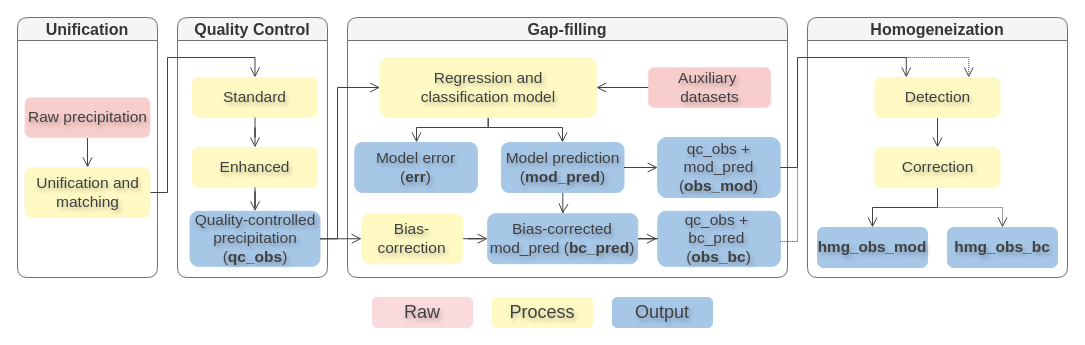
adrHuerta/diagrams keeps this draw.io diagram as obs-prec-sa.drawio. Above is the earlier version. Source tidied: cells renumbered, new cells numbered last; positions are measured from the earlier drawing's top-left corner, leaving out a move shared by most shapes. Both pictures are drawn from the tidied source at 100%, with x=0, y=0 at pixel (17, 17).
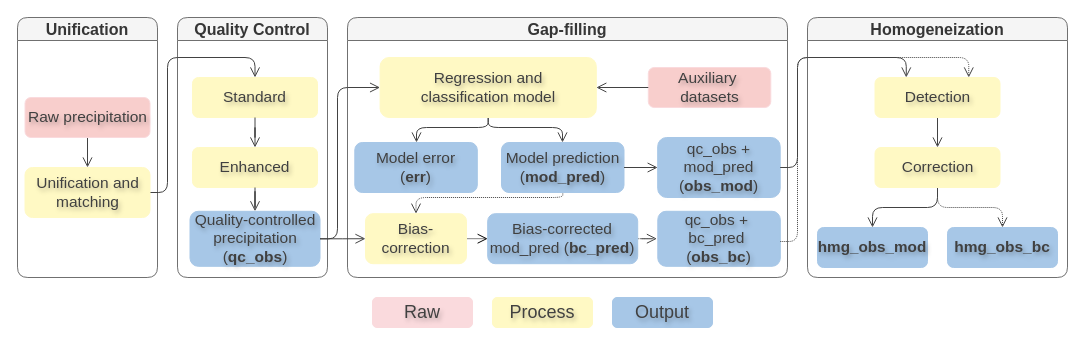
The same page after the edit.

Unchanged cells that the change refers to:
```xml
<mxCell id="2" value="&lt;font style=&quot;font-size: 16px;&quot;&gt;Gap-filling&lt;/font&gt;" style="swimlane;whiteSpace=wrap;html=1;labelBackgroundColor=none;rounded=1;fillColor=#f5f5f5;strokeColor=#707070;fontColor=#363636;fontSize=16;" parent="1" vertex="1">
  <mxGeometry x="330" width="440" height="260" as="geometry" />
</mxCell>
<mxCell id="3" value="&lt;span style=&quot;font-size: 15.5px;&quot;&gt;qc_obs +&amp;nbsp;&lt;br style=&quot;font-size: 15.5px;&quot;&gt;&lt;/span&gt;&lt;span style=&quot;font-size: 15.5px;&quot;&gt;bc_pred&amp;nbsp;&lt;/span&gt;&lt;div style=&quot;font-size: 15.5px;&quot;&gt;&lt;span style=&quot;font-size: 15.5px;&quot;&gt;&lt;span style=&quot;font-size: 15.5px;&quot;&gt;(&lt;b&gt;obs_bc&lt;/b&gt;)&lt;/span&gt;&lt;/span&gt;&lt;/div&gt;" style="rounded=1;whiteSpace=wrap;html=1;labelBackgroundColor=none;fillColor=#A7C7E7;strokeColor=#A7C7E7;fontSize=15.5;fontColor=#404040;textShadow=1;labelBorderColor=none;" parent="2" vertex="1">
  <mxGeometry x="310.3" y="193.8" width="122.5" height="55" as="geometry" />
</mxCell>
<mxCell id="5" value="&lt;span style=&quot;font-size: 15.5px;&quot;&gt;Model prediction&lt;/span&gt;&lt;div style=&quot;font-size: 15.5px;&quot;&gt;&lt;span style=&quot;font-size: 15.5px;&quot;&gt;&lt;span style=&quot;font-size: 15.5px;&quot;&gt;(&lt;b&gt;mod_pred&lt;/b&gt;)&lt;/span&gt;&lt;/span&gt;&lt;/div&gt;" style="rounded=1;whiteSpace=wrap;html=1;labelBackgroundColor=none;fillColor=#A7C7E7;strokeColor=#A7C7E7;fontSize=15.5;fontColor=#404040;textShadow=1;labelBorderColor=none;" parent="2" vertex="1">
  <mxGeometry x="154" y="125" width="122.5" height="50" as="geometry" />
</mxCell>
<mxCell id="6" value="&lt;span style=&quot;font-size: 15.5px;&quot;&gt;Model error&lt;/span&gt;&lt;div style=&quot;font-size: 15.5px;&quot;&gt;&lt;span style=&quot;font-size: 15.5px;&quot;&gt;(&lt;b style=&quot;font-size: 15.5px;&quot;&gt;err&lt;/b&gt;)&lt;/span&gt;&lt;/div&gt;" style="rounded=1;whiteSpace=wrap;html=1;labelBackgroundColor=none;fillColor=#A7C7E7;strokeColor=#A7C7E7;fontSize=15.5;fontColor=#404040;textShadow=1;labelBorderColor=none;" parent="2" vertex="1">
  <mxGeometry x="7.3" y="125" width="122.5" height="50" as="geometry" />
</mxCell>
<mxCell id="9" value="&lt;font style=&quot;font-size: 15.5px;&quot;&gt;Regression and &lt;br style=&quot;font-size: 15.5px;&quot;&gt;classification model&lt;/font&gt;" style="rounded=1;whiteSpace=wrap;html=1;labelBackgroundColor=none;fillColor=#FFF9C4;strokeColor=#FFF9C4;fontSize=15.5;fontColor=#404040;textShadow=1;labelBorderColor=none;" parent="2" vertex="1">
  <mxGeometry x="32.6" y="40" width="216.2" height="60" as="geometry" />
</mxCell>
<mxCell id="11" value="&lt;span style=&quot;font-size: 15.5px;&quot;&gt;qc_obs + mod_pred&lt;/span&gt;&lt;div style=&quot;font-size: 15.5px;&quot;&gt;&lt;span style=&quot;font-size: 15.5px;&quot;&gt;(&lt;b style=&quot;font-size: 15.5px;&quot;&gt;obs_mod&lt;/b&gt;)&lt;/span&gt;&lt;/div&gt;" style="rounded=1;whiteSpace=wrap;html=1;labelBackgroundColor=none;fillColor=#A7C7E7;strokeColor=#A7C7E7;fontSize=15.5;fontColor=#404040;textShadow=1;labelBorderColor=none;" parent="2" vertex="1">
  <mxGeometry x="310.2" y="120" width="122.5" height="60" as="geometry" />
</mxCell>
<mxCell id="17" value="&lt;font style=&quot;font-size: 15.5px;&quot;&gt;Bias-corrected mod_pred&lt;/font&gt;&lt;font style=&quot;font-size: 15.5px;&quot;&gt; (&lt;b style=&quot;font-size: 15.5px;&quot;&gt;bc_pred&lt;/b&gt;)&lt;/font&gt;" style="rounded=1;whiteSpace=wrap;html=1;labelBackgroundColor=none;fillColor=#A7C7E7;strokeColor=#A7C7E7;fontSize=15.5;fontColor=#404040;textShadow=1;labelBorderColor=none;" parent="2" vertex="1">
  <mxGeometry x="140.2" y="196.2" width="150" height="50" as="geometry" />
</mxCell>
<mxCell id="18" value="&lt;font style=&quot;font-size: 16px;&quot;&gt;Homogeneization&lt;/font&gt;" style="swimlane;whiteSpace=wrap;html=1;labelBackgroundColor=none;rounded=1;fillColor=#f5f5f5;strokeColor=#707070;fontColor=#363636;fontSize=16;" parent="1" vertex="1">
  <mxGeometry x="790" width="260" height="260" as="geometry" />
</mxCell>
<mxCell id="19" value="&lt;b style=&quot;&quot;&gt;&lt;font style=&quot;font-size: 15.25px;&quot;&gt;hmg_obs_mod&lt;/font&gt;&lt;/b&gt;" style="rounded=1;whiteSpace=wrap;html=1;labelBackgroundColor=none;fillColor=#A7C7E7;strokeColor=#A7C7E7;fontSize=15.5;fontColor=#404040;textShadow=1;labelBorderColor=none;" parent="18" vertex="1">
  <mxGeometry x="10" y="210" width="110" height="40" as="geometry" />
</mxCell>
<mxCell id="20" value="&lt;span style=&quot;font-size: 15.5px;&quot;&gt;&lt;b style=&quot;font-size: 15.5px;&quot;&gt;hmg_obs_bc&lt;/b&gt;&lt;/span&gt;" style="rounded=1;whiteSpace=wrap;html=1;labelBackgroundColor=none;fillColor=#A7C7E7;strokeColor=#A7C7E7;fontSize=15.5;fontColor=#404040;textShadow=1;labelBorderColor=none;" parent="18" vertex="1">
  <mxGeometry x="140" y="210" width="110" height="40" as="geometry" />
</mxCell>
<mxCell id="23" value="&lt;font style=&quot;font-size: 15.5px;&quot;&gt;Correction&lt;/font&gt;" style="rounded=1;whiteSpace=wrap;html=1;labelBackgroundColor=none;fillColor=#FFF9C4;strokeColor=#FFF9C4;fontSize=15.5;fontColor=#404040;textShadow=1;labelBorderColor=none;" parent="18" vertex="1">
  <mxGeometry x="67.5" y="130" width="125" height="40" as="geometry" />
</mxCell>
<mxCell id="25" value="&lt;font style=&quot;font-size: 15.5px;&quot;&gt;Detection&lt;/font&gt;" style="rounded=1;whiteSpace=wrap;html=1;labelBackgroundColor=none;fillColor=#FFF9C4;strokeColor=#FFF9C4;fontSize=15.5;fontColor=#404040;textShadow=1;labelBorderColor=none;" parent="18" vertex="1">
  <mxGeometry x="67.5" y="60" width="125" height="40" as="geometry" />
</mxCell>
<mxCell id="28" value="&lt;span style=&quot;font-size: 15.5px;&quot;&gt;Quality-controlled precipitation (&lt;b style=&quot;font-size: 15.5px;&quot;&gt;qc_obs&lt;/b&gt;)&lt;/span&gt;" style="rounded=1;whiteSpace=wrap;html=1;labelBackgroundColor=none;fillColor=#A7C7E7;strokeColor=#A7C7E7;fontSize=15.5;fontColor=#404040;textShadow=1;labelBorderColor=none;" parent="27" vertex="1">
  <mxGeometry x="12.5" y="193.8" width="130" height="55" as="geometry" />
</mxCell>
<mxCell id="29" value="&lt;font style=&quot;font-size: 15.5px;&quot;&gt;Standard&lt;/font&gt;" style="rounded=1;whiteSpace=wrap;html=1;labelBackgroundColor=none;fillColor=#FFF9C4;strokeColor=#FFF9C4;fontSize=15.5;fontColor=#404040;textShadow=1;labelBorderColor=none;" parent="27" vertex="1">
  <mxGeometry x="15" y="60" width="125" height="40" as="geometry" />
</mxCell>
<mxCell id="36" value="&lt;font style=&quot;font-size: 15.5px;&quot;&gt;Unification and matching&lt;/font&gt;" style="rounded=1;whiteSpace=wrap;html=1;labelBackgroundColor=none;fillColor=#FFF9C4;strokeColor=#FFF9C4;fontSize=15.5;fontColor=#404040;textShadow=1;labelBorderColor=none;" parent="1" vertex="1">
  <mxGeometry x="7.5" y="150" width="125" height="50" as="geometry" />
</mxCell>
```

Diff of the diagram source:
```diff
@@
-    <mxCell id="4" style="edgeStyle=orthogonalEdgeStyle;rounded=0;jettySize=auto;html=1;entryX=0.5;entryY=0;entryDx=0;entryDy=0;endArrow=open;endFill=0;endSize=8;strokeColor=#424242;fontSize=15.5;" parent="2" edge="1" source="5" target="17">
-      <mxGeometry relative="1" as="geometry" />
-    </mxCell>
+    <mxCell id="44" style="edgeStyle=orthogonalEdgeStyle;rounded=1;jettySize=auto;html=1;entryX=0.5;entryY=0;entryDx=0;entryDy=0;endArrow=open;endFill=0;endSize=8;strokeColor=#424242;dashed=1;dashPattern=1 1;curved=0;" parent="2" edge="1" source="5" target="15">
+      <mxGeometry relative="1" as="geometry">
+        <Array as="points">
+          <mxPoint x="215" y="180" />
+          <mxPoint x="69" y="180" />
+        </Array>
+      </mxGeometry>
+    </mxCell>
@@
-    <mxCell id="7" style="edgeStyle=orthogonalEdgeStyle;rounded=0;jettySize=auto;html=1;endArrow=open;endFill=0;endSize=8;strokeColor=#424242;fontSize=15.5;" parent="2" edge="1" source="9" target="6">
+    <mxCell id="7" style="edgeStyle=orthogonalEdgeStyle;rounded=1;jettySize=auto;html=1;endArrow=open;endFill=0;endSize=8;strokeColor=#424242;fontSize=15.5;curved=0;" parent="2" edge="1" source="9" target="6">
       <mxGeometry relative="1" as="geometry">
         <Array as="points">
           <mxPoint x="141" y="110" />
           <mxPoint x="69" y="110" />
         </Array>
       </mxGeometry>
     </mxCell>
-    <mxCell id="8" style="edgeStyle=orthogonalEdgeStyle;rounded=0;jettySize=auto;html=1;endArrow=open;endFill=0;endSize=8;strokeColor=#424242;fontSize=15.5;" parent="2" edge="1" source="9" target="5">
+    <mxCell id="8" style="edgeStyle=orthogonalEdgeStyle;rounded=1;jettySize=auto;html=1;endArrow=open;endFill=0;endSize=8;strokeColor=#424242;fontSize=15.5;curved=0;" parent="2" edge="1" source="9" target="5">
       <mxGeometry relative="1" as="geometry">
         <Array as="points">
           <mxPoint x="141" y="110" />
           <mxPoint x="215" y="110" />
         </Array>
       </mxGeometry>
     </mxCell>
@@
-    <mxCell id="14" style="edgeStyle=orthogonalEdgeStyle;rounded=0;jettySize=auto;html=1;entryX=0;entryY=0.5;entryDx=0;entryDy=0;endArrow=open;endFill=0;endSize=8;strokeColor=#424242;fontSize=15.5;" parent="2" edge="1" source="15" target="17">
-      <mxGeometry relative="1" as="geometry" />
+    <mxCell id="14" style="edgeStyle=orthogonalEdgeStyle;rounded=0;jettySize=auto;html=1;entryX=0;entryY=0.5;entryDx=0;entryDy=0;endArrow=open;endFill=0;dashed=1;dashPattern=1 1;endSize=8;" parent="2" edge="1" source="15" target="17">
+      <mxGeometry relative="1" as="geometry">
+        <Array as="points">
+          <mxPoint x="125" y="221" />
+          <mxPoint x="125" y="221" />
+        </Array>
+      </mxGeometry>
     </mxCell>
     <mxCell id="15" value="&lt;font style=&quot;font-size: 15.5px;&quot;&gt;Bias-&lt;/font&gt;&lt;span style=&quot;font-size: 15.5px; background-color: initial;&quot;&gt;correction&lt;/span&gt;" style="rounded=1;whiteSpace=wrap;html=1;labelBackgroundColor=none;fillColor=#FFF9C4;strokeColor=#FFF9C4;fontSize=15.5;fontColor=#404040;textShadow=1;labelBorderColor=none;" parent="2" vertex="1">
-      <mxGeometry x="14.2" y="196.2" width="101" height="50" as="geometry" />
+      <mxGeometry x="18" y="196.2" width="101" height="50" as="geometry" />
     </mxCell>
-    <mxCell id="16" style="edgeStyle=orthogonalEdgeStyle;rounded=0;jettySize=auto;html=1;entryX=-0.007;entryY=0.498;entryDx=0;entryDy=0;endArrow=open;endFill=0;endSize=8;entryPerimeter=0;strokeColor=#424242;fontSize=15.5;" parent="2" edge="1" source="17" target="3">
+    <mxCell id="16" style="edgeStyle=orthogonalEdgeStyle;rounded=1;jettySize=auto;html=1;entryX=-0.007;entryY=0.498;entryDx=0;entryDy=0;endArrow=open;endFill=0;endSize=8;entryPerimeter=0;strokeColor=#424242;fontSize=15.5;dashed=1;dashPattern=1 1;curved=0;" parent="2" edge="1" source="17" target="3">
       <mxGeometry relative="1" as="geometry" />
     </mxCell>
@@
-    <mxCell id="21" style="edgeStyle=orthogonalEdgeStyle;rounded=0;jettySize=auto;html=1;fontSize=15.5;fontColor=#545454;strokeColor=#424242;textShadow=1;labelBorderColor=none;labelBackgroundColor=none;endSize=8;endArrow=open;endFill=0;" parent="18" edge="1" source="23" target="19">
+    <mxCell id="21" style="edgeStyle=orthogonalEdgeStyle;rounded=1;jettySize=auto;html=1;fontSize=15.5;fontColor=#545454;strokeColor=#424242;textShadow=1;labelBorderColor=none;labelBackgroundColor=none;endSize=8;endArrow=open;endFill=0;curved=0;" parent="18" edge="1" source="23" target="19">
       <mxGeometry relative="1" as="geometry" />
     </mxCell>
-    <mxCell id="22" style="edgeStyle=orthogonalEdgeStyle;rounded=0;jettySize=auto;html=1;dashed=1;dashPattern=1 1;fontSize=15.5;fontColor=#545454;strokeColor=#424242;textShadow=1;labelBorderColor=none;labelBackgroundColor=none;endSize=8;endArrow=open;endFill=0;" parent="18" edge="1" source="23" target="20">
+    <mxCell id="22" style="edgeStyle=orthogonalEdgeStyle;rounded=1;jettySize=auto;html=1;dashed=1;dashPattern=1 1;fontSize=15.5;fontColor=#545454;strokeColor=#424242;textShadow=1;labelBorderColor=none;labelBackgroundColor=none;endSize=8;endArrow=open;endFill=0;curved=0;" parent="18" edge="1" source="23" target="20">
       <mxGeometry relative="1" as="geometry" />
     </mxCell>
@@
-    <mxCell id="35" style="edgeStyle=orthogonalEdgeStyle;rounded=0;jettySize=auto;html=1;entryX=0.5;entryY=0;entryDx=0;entryDy=0;fontSize=15.5;fontColor=#545454;strokeColor=#424242;textShadow=1;labelBorderColor=none;labelBackgroundColor=none;endArrow=open;endFill=0;endSize=8;" parent="1" edge="1" source="36" target="29">
+    <mxCell id="35" style="edgeStyle=orthogonalEdgeStyle;rounded=1;jettySize=auto;html=1;entryX=0.5;entryY=0;entryDx=0;entryDy=0;fontSize=15.5;fontColor=#545454;strokeColor=#424242;textShadow=1;labelBorderColor=none;labelBackgroundColor=none;endArrow=open;endFill=0;endSize=8;curved=0;" parent="1" edge="1" source="36" target="29">
       <mxGeometry relative="1" as="geometry">
         <Array as="points">
           <mxPoint x="150" y="175" />
           <mxPoint x="150" y="40" />
           <mxPoint x="238" y="40" />
         </Array>
       </mxGeometry>
     </mxCell>
@@
-    <mxCell id="37" style="edgeStyle=orthogonalEdgeStyle;rounded=0;jettySize=auto;html=1;entryX=0;entryY=0.5;entryDx=0;entryDy=0;fontSize=15.5;fontColor=#545454;strokeColor=#424242;textShadow=1;labelBorderColor=none;labelBackgroundColor=none;endArrow=open;endFill=0;endSize=8;" parent="1" edge="1" source="28" target="9">
+    <mxCell id="37" style="edgeStyle=orthogonalEdgeStyle;rounded=1;jettySize=auto;html=1;entryX=0;entryY=0.5;entryDx=0;entryDy=0;fontSize=15.5;fontColor=#545454;strokeColor=#424242;textShadow=1;labelBorderColor=none;labelBackgroundColor=none;endArrow=open;endFill=0;endSize=8;curved=0;" parent="1" edge="1" source="28" target="9">
       <mxGeometry relative="1" as="geometry">
         <Array as="points">
           <mxPoint x="320" y="221" />
           <mxPoint x="320" y="70" />
         </Array>
       </mxGeometry>
     </mxCell>
-    <mxCell id="38" style="edgeStyle=orthogonalEdgeStyle;rounded=0;jettySize=auto;html=1;entryX=0.75;entryY=0;entryDx=0;entryDy=0;dashed=1;dashPattern=1 1;fontSize=15.5;fontColor=#545454;strokeColor=#424242;textShadow=1;labelBorderColor=none;labelBackgroundColor=none;endSize=8;endArrow=open;endFill=0;" parent="1" edge="1" source="3" target="25">
+    <mxCell id="38" style="edgeStyle=orthogonalEdgeStyle;rounded=1;jettySize=auto;html=1;entryX=0.75;entryY=0;entryDx=0;entryDy=0;dashed=1;dashPattern=1 1;fontSize=15.5;fontColor=#545454;strokeColor=#424242;textShadow=1;labelBorderColor=none;labelBackgroundColor=none;endSize=8;endArrow=open;endFill=0;curved=0;" parent="1" edge="1" source="3" target="25">
       <mxGeometry relative="1" as="geometry">
         <Array as="points">
           <mxPoint x="780" y="224" />
           <mxPoint x="780" y="40" />
           <mxPoint x="951" y="40" />
         </Array>
       </mxGeometry>
     </mxCell>
-    <mxCell id="39" style="edgeStyle=orthogonalEdgeStyle;rounded=0;jettySize=auto;html=1;entryX=0.25;entryY=0;entryDx=0;entryDy=0;fontSize=15.5;fontColor=#545454;strokeColor=#424242;textShadow=1;labelBorderColor=none;labelBackgroundColor=none;endSize=8;endArrow=open;endFill=0;" parent="1" edge="1" source="11" target="25">
+    <mxCell id="39" style="edgeStyle=orthogonalEdgeStyle;rounded=1;jettySize=auto;html=1;entryX=0.25;entryY=0;entryDx=0;entryDy=0;fontSize=15.5;fontColor=#545454;strokeColor=#424242;textShadow=1;labelBorderColor=none;labelBackgroundColor=none;endSize=8;endArrow=open;endFill=0;curved=0;" parent="1" edge="1" source="11" target="25">
       <mxGeometry relative="1" as="geometry">
         <Array as="points">
           <mxPoint x="780" y="150" />
           <mxPoint x="780" y="40" />
           <mxPoint x="889" y="40" />
         </Array>
       </mxGeometry>
     </mxCell>
```
